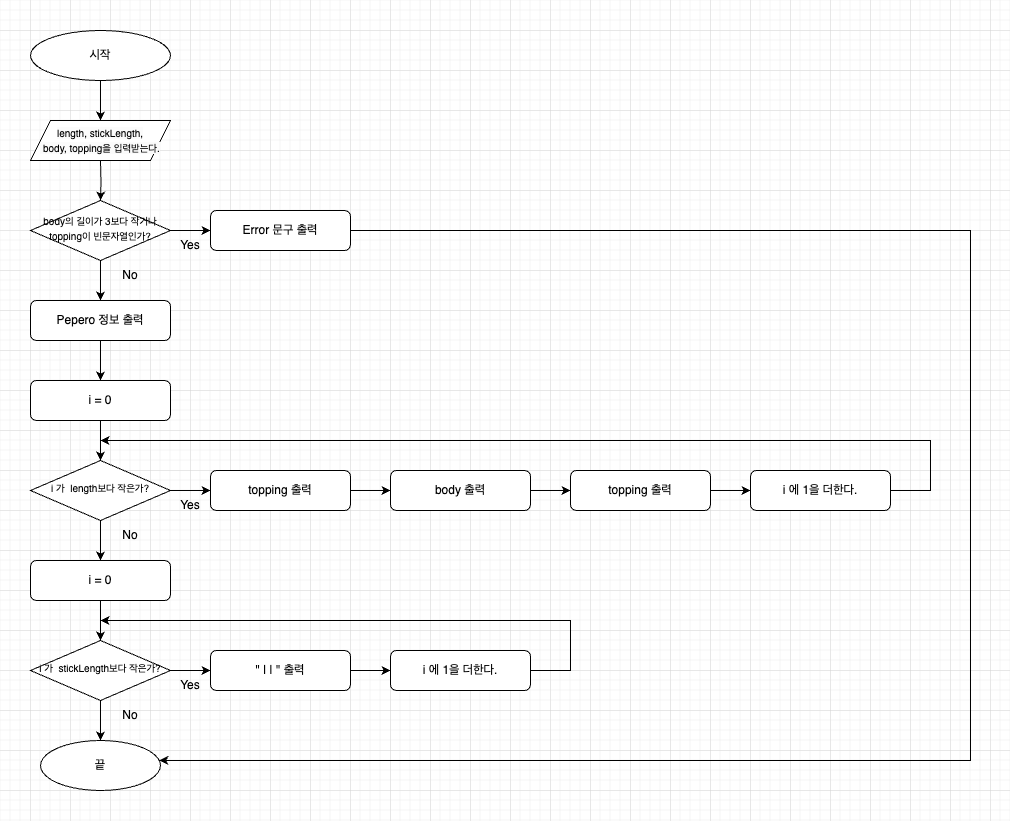
yagom-academy/swift-starter-Round1 keeps this draw.io diagram as CodeStarterCamp_Week1/PeperoFlowChart.png. Above is the earlier version. Source tidied: cells renumbered, new cells last; positions are measured from the earlier drawing's top-left corner, leaving out a move shared by most shapes.
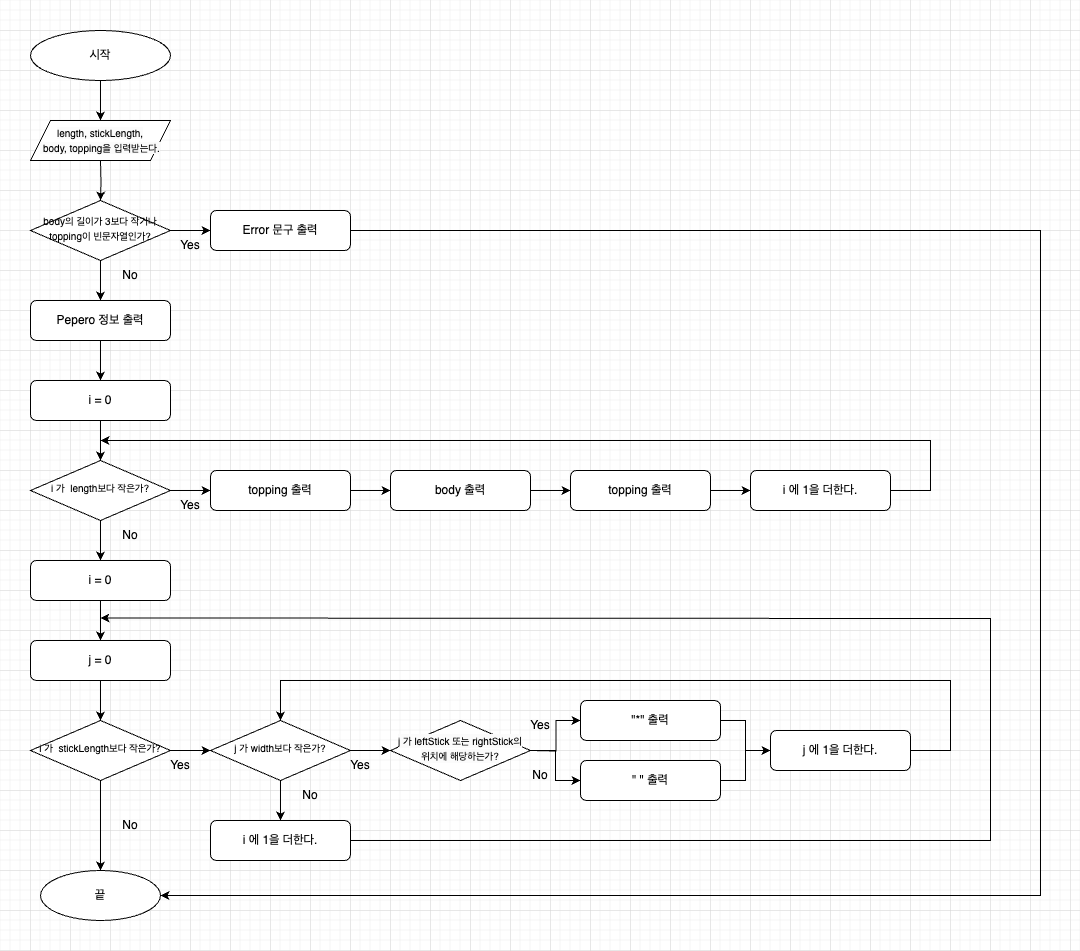
Later version of the same file.

Commit message:
[Fix] flow chart

Change to the diagram source:
```diff
@@ -11,9 +11,9 @@
     <mxCell id="4" value="&lt;font style=&quot;font-size: 10px;&quot;&gt;i 가&amp;nbsp; length보다 작은가?&lt;/font&gt;" style="rhombus;whiteSpace=wrap;html=1;shadow=0;fontFamily=Helvetica;fontSize=12;align=center;strokeWidth=1;spacing=6;spacingTop=-4;" parent="1" vertex="1">
       <mxGeometry y="430" width="140" height="60" as="geometry" />
     </mxCell>
-    <mxCell id="5" style="edgeStyle=orthogonalEdgeStyle;rounded=0;jettySize=auto;html=1;" parent="1" edge="1" source="6" target="16">
-      <mxGeometry relative="1" as="geometry" />
-    </mxCell>
+    <mxCell id="43" style="edgeStyle=orthogonalEdgeStyle;rounded=0;jettySize=auto;html=1;" parent="1" edge="1" source="6" target="56">
+      <mxGeometry relative="1" as="geometry" />
+    </mxCell>
     <mxCell id="6" value="i = 0" style="rounded=1;whiteSpace=wrap;html=1;fontSize=12;glass=0;strokeWidth=1;shadow=0;" parent="1" vertex="1">
       <mxGeometry y="530" width="140" height="40" as="geometry" />
     </mxCell>
@@ -29,7 +29,7 @@
       <mxGeometry width="140" height="50" as="geometry" />
     </mxCell>
     <mxCell id="10" value="끝" style="ellipse;whiteSpace=wrap;html=1;" parent="1" vertex="1">
-      <mxGeometry x="10" y="710" width="120" height="50" as="geometry" />
+      <mxGeometry x="10" y="840" width="120" height="50" as="geometry" />
     </mxCell>
     <mxCell id="11" style="edgeStyle=orthogonalEdgeStyle;rounded=0;jettySize=auto;html=1;" parent="1" edge="1" source="12" target="35">
       <mxGeometry relative="1" as="geometry" />
@@ -40,29 +40,17 @@
     <mxCell id="13" value="Yes" style="text;html=1;strokeColor=none;fillColor=none;align=center;verticalAlign=middle;whiteSpace=wrap;rounded=0;" parent="1" vertex="1">
       <mxGeometry x="130" y="460" width="60" height="30" as="geometry" />
     </mxCell>
+    <mxCell id="44" style="edgeStyle=orthogonalEdgeStyle;rounded=0;jettySize=auto;html=1;" parent="1" edge="1" source="16" target="47">
+      <mxGeometry relative="1" as="geometry" />
+    </mxCell>
     <mxCell id="14" style="edgeStyle=orthogonalEdgeStyle;rounded=0;jettySize=auto;html=1;" parent="1" edge="1" source="16" target="10">
       <mxGeometry relative="1" as="geometry" />
     </mxCell>
-    <mxCell id="15" style="edgeStyle=orthogonalEdgeStyle;rounded=0;jettySize=auto;html=1;" parent="1" edge="1" source="16" target="20">
-      <mxGeometry relative="1" as="geometry" />
-    </mxCell>
     <mxCell id="16" value="&lt;font style=&quot;font-size: 10px;&quot;&gt;i 가&amp;nbsp; stickLength보다 작은가?&lt;/font&gt;" style="rhombus;whiteSpace=wrap;html=1;shadow=0;fontFamily=Helvetica;fontSize=12;align=center;strokeWidth=1;spacing=6;spacingTop=-4;" parent="1" vertex="1">
-      <mxGeometry y="610" width="140" height="60" as="geometry" />
+      <mxGeometry y="690" width="140" height="60" as="geometry" />
     </mxCell>
-    <mxCell id="17" value="No" style="text;html=1;strokeColor=none;fillColor=none;align=center;verticalAlign=middle;whiteSpace=wrap;rounded=0;" parent="1" vertex="1">
-      <mxGeometry x="70" y="670" width="60" height="30" as="geometry" />
-    </mxCell>
-    <mxCell id="18" value="i 에 1을 더한다." style="rounded=1;whiteSpace=wrap;html=1;fontSize=12;glass=0;strokeWidth=1;shadow=0;" parent="1" vertex="1">
-      <mxGeometry x="360" y="620" width="140" height="40" as="geometry" />
-    </mxCell>
-    <mxCell id="19" style="edgeStyle=orthogonalEdgeStyle;rounded=0;jettySize=auto;html=1;" parent="1" edge="1" source="20" target="18">
-      <mxGeometry relative="1" as="geometry" />
-    </mxCell>
-    <mxCell id="20" value="&quot; | | &quot; 출력" style="rounded=1;whiteSpace=wrap;html=1;fontSize=12;glass=0;strokeWidth=1;shadow=0;" parent="1" vertex="1">
-      <mxGeometry x="180" y="620" width="140" height="40" as="geometry" />
-    </mxCell>
     <mxCell id="21" value="Yes" style="text;html=1;strokeColor=none;fillColor=none;align=center;verticalAlign=middle;whiteSpace=wrap;rounded=0;" parent="1" vertex="1">
-      <mxGeometry x="130" y="640" width="60" height="30" as="geometry" />
+      <mxGeometry x="120" y="720" width="60" height="30" as="geometry" />
     </mxCell>
     <mxCell id="22" style="endArrow=classic;html=1;rounded=0;" parent="1" edge="1">
       <mxGeometry relative="1" as="geometry">
@@ -74,27 +62,17 @@
         </Array>
       </mxGeometry>
     </mxCell>
-    <mxCell id="23" style="endArrow=classic;html=1;rounded=0;" parent="1" edge="1">
-      <mxGeometry relative="1" as="geometry">
-        <mxPoint x="500" y="640" as="sourcePoint" />
-        <mxPoint x="70" y="590" as="targetPoint" />
-        <Array as="points">
-          <mxPoint x="540" y="640" />
-          <mxPoint x="540" y="590" />
-        </Array>
-      </mxGeometry>
-    </mxCell>
     <mxCell id="24" style="edgeStyle=orthogonalEdgeStyle;rounded=0;orthogonalLoop=1;jettySize=auto;html=1;" parent="1" edge="1">
       <mxGeometry relative="1" as="geometry">
         <mxPoint x="70" y="130" as="sourcePoint" />
         <mxPoint x="70" y="170" as="targetPoint" />
       </mxGeometry>
     </mxCell>
-    <mxCell id="25" style="edgeStyle=orthogonalEdgeStyle;rounded=0;jettySize=auto;html=1;exitX=1;exitY=0.5;exitDx=0;exitDy=0;" parent="1" edge="1" source="26" target="10">
+    <mxCell id="25" style="edgeStyle=orthogonalEdgeStyle;rounded=0;jettySize=auto;html=1;exitX=1;exitY=0.5;exitDx=0;exitDy=0;entryX=1;entryY=0.5;entryDx=0;entryDy=0;" parent="1" edge="1" source="26" target="10">
       <mxGeometry relative="1" as="geometry">
         <Array as="points">
-          <mxPoint x="940" y="200" />
-          <mxPoint x="940" y="730" />
+          <mxPoint x="1010" y="200" />
+          <mxPoint x="1010" y="865" />
         </Array>
       </mxGeometry>
     </mxCell>
@@ -151,5 +129,86 @@
     <mxCell id="42" value="No" style="text;html=1;strokeColor=none;fillColor=none;align=center;verticalAlign=middle;whiteSpace=wrap;rounded=0;" parent="1" vertex="1">
       <mxGeometry x="70" y="230" width="60" height="30" as="geometry" />
     </mxCell>
+    <mxCell id="45" style="edgeStyle=orthogonalEdgeStyle;rounded=0;jettySize=auto;html=1;" parent="1" edge="1" source="47">
+      <mxGeometry relative="1" as="geometry">
+        <mxPoint x="360" y="720" as="targetPoint" />
+      </mxGeometry>
+    </mxCell>
+    <mxCell id="46" style="edgeStyle=orthogonalEdgeStyle;rounded=0;jettySize=auto;html=1;" parent="1" edge="1" source="47" target="18">
+      <mxGeometry relative="1" as="geometry" />
+    </mxCell>
+    <mxCell id="47" value="&lt;span style=&quot;font-size: 10px;&quot;&gt;j 가 width보다 작은가?&lt;/span&gt;" style="rhombus;whiteSpace=wrap;html=1;shadow=0;fontFamily=Helvetica;fontSize=12;align=center;strokeWidth=1;spacing=6;spacingTop=-4;" parent="1" vertex="1">
+      <mxGeometry x="180" y="690" width="140" height="60" as="geometry" />
+    </mxCell>
+    <mxCell id="48" style="edgeStyle=orthogonalEdgeStyle;rounded=0;jettySize=auto;html=1;" parent="1" edge="1" source="49" target="52">
+      <mxGeometry relative="1" as="geometry" />
+    </mxCell>
+    <mxCell id="49" value="&quot;*&quot; 출력" style="rounded=1;whiteSpace=wrap;html=1;fontSize=12;glass=0;strokeWidth=1;shadow=0;" parent="1" vertex="1">
+      <mxGeometry x="550" y="670" width="140" height="40" as="geometry" />
+    </mxCell>
+    <mxCell id="50" style="edgeStyle=orthogonalEdgeStyle;rounded=0;jettySize=auto;html=1;" parent="1" edge="1" source="51" target="52">
+      <mxGeometry relative="1" as="geometry" />
+    </mxCell>
+    <mxCell id="51" value="&quot; &quot; 출력" style="rounded=1;whiteSpace=wrap;html=1;fontSize=12;glass=0;strokeWidth=1;shadow=0;" parent="1" vertex="1">
+      <mxGeometry x="550" y="730" width="140" height="40" as="geometry" />
+    </mxCell>
+    <mxCell id="52" value="j 에 1을 더한다." style="rounded=1;whiteSpace=wrap;html=1;fontSize=12;glass=0;strokeWidth=1;shadow=0;" parent="1" vertex="1">
+      <mxGeometry x="740" y="700" width="140" height="40" as="geometry" />
+    </mxCell>
+    <mxCell id="53" style="endArrow=classic;html=1;rounded=0;entryX=0.5;entryY=0;entryDx=0;entryDy=0;" parent="1" edge="1">
+      <mxGeometry relative="1" as="geometry">
+        <mxPoint x="880" y="720" as="sourcePoint" />
+        <mxPoint x="250" y="690" as="targetPoint" />
+        <Array as="points">
+          <mxPoint x="920" y="720" />
+          <mxPoint x="920" y="650" />
+          <mxPoint x="250" y="650" />
+        </Array>
+      </mxGeometry>
+    </mxCell>
+    <mxCell id="54" value="Yes" style="text;html=1;strokeColor=none;fillColor=none;align=center;verticalAlign=middle;whiteSpace=wrap;rounded=0;" parent="1" vertex="1">
+      <mxGeometry x="300" y="720" width="60" height="30" as="geometry" />
+    </mxCell>
+    <mxCell id="55" style="edgeStyle=orthogonalEdgeStyle;rounded=0;jettySize=auto;html=1;" parent="1" edge="1" source="56" target="16">
+      <mxGeometry relative="1" as="geometry" />
+    </mxCell>
+    <mxCell id="56" value="j = 0" style="rounded=1;whiteSpace=wrap;html=1;fontSize=12;glass=0;strokeWidth=1;shadow=0;" parent="1" vertex="1">
+      <mxGeometry y="610" width="140" height="40" as="geometry" />
+    </mxCell>
+    <mxCell id="18" value="i 에 1을 더한다." style="rounded=1;whiteSpace=wrap;html=1;fontSize=12;glass=0;strokeWidth=1;shadow=0;" parent="1" vertex="1">
+      <mxGeometry x="180" y="790" width="140" height="40" as="geometry" />
+    </mxCell>
+    <mxCell id="57" style="endArrow=classic;html=1;rounded=0;exitX=1;exitY=0.5;exitDx=0;exitDy=0;entryX=0;entryY=0.25;entryDx=0;entryDy=0;" parent="1" edge="1" source="18">
+      <mxGeometry relative="1" as="geometry">
+        <mxPoint x="70" y="587.5" as="targetPoint" />
+        <Array as="points">
+          <mxPoint x="960" y="810" />
+          <mxPoint x="960" y="588" />
+        </Array>
+      </mxGeometry>
+    </mxCell>
+    <mxCell id="58" value="No" style="text;html=1;strokeColor=none;fillColor=none;align=center;verticalAlign=middle;whiteSpace=wrap;rounded=0;" parent="1" vertex="1">
+      <mxGeometry x="250" y="750" width="60" height="30" as="geometry" />
+    </mxCell>
+    <mxCell id="59" value="No" style="text;html=1;strokeColor=none;fillColor=none;align=center;verticalAlign=middle;whiteSpace=wrap;rounded=0;" parent="1" vertex="1">
+      <mxGeometry x="70" y="780" width="60" height="30" as="geometry" />
+    </mxCell>
+    <mxCell id="60" style="edgeStyle=orthogonalEdgeStyle;rounded=0;jettySize=auto;html=1;" parent="1" edge="1" source="61" target="51">
+      <mxGeometry relative="1" as="geometry" />
+    </mxCell>
+    <mxCell id="61" value="&lt;span style=&quot;color: rgb(0, 0, 0); font-family: Helvetica; font-style: normal; font-variant-ligatures: normal; font-variant-caps: normal; font-weight: 400; letter-spacing: normal; orphans: 2; text-align: center; text-indent: 0px; text-transform: none; widows: 2; word-spacing: 0px; -webkit-text-stroke-width: 0px; background-color: rgb(251, 251, 251); text-decoration-thickness: initial; text-decoration-style: initial; text-decoration-color: initial; float: none; display: inline !important;&quot;&gt;&lt;font style=&quot;font-size: 10px;&quot;&gt;j 가 leftStick 또는 rightStick의 위치에 해당하는가?&lt;/font&gt;&lt;/span&gt;" style="rhombus;whiteSpace=wrap;html=1;shadow=0;fontFamily=Helvetica;fontSize=12;align=center;strokeWidth=1;spacing=6;spacingTop=-4;" parent="1" vertex="1">
+      <mxGeometry x="360" y="690" width="140" height="60" as="geometry" />
+    </mxCell>
+    <mxCell id="62" style="edgeStyle=orthogonalEdgeStyle;rounded=0;jettySize=auto;html=1;entryX=0;entryY=0.5;entryDx=0;entryDy=0;" parent="1" edge="1" target="49">
+      <mxGeometry relative="1" as="geometry">
+        <mxPoint x="500" y="720" as="sourcePoint" />
+      </mxGeometry>
+    </mxCell>
+    <mxCell id="63" value="Yes" style="text;html=1;strokeColor=none;fillColor=none;align=center;verticalAlign=middle;whiteSpace=wrap;rounded=0;" parent="1" vertex="1">
+      <mxGeometry x="480" y="680" width="60" height="30" as="geometry" />
+    </mxCell>
+    <mxCell id="64" value="No" style="text;html=1;strokeColor=none;fillColor=none;align=center;verticalAlign=middle;whiteSpace=wrap;rounded=0;" parent="1" vertex="1">
+      <mxGeometry x="480" y="730" width="60" height="30" as="geometry" />
+    </mxCell>
   </root>
 </mxGraphModel>
```
